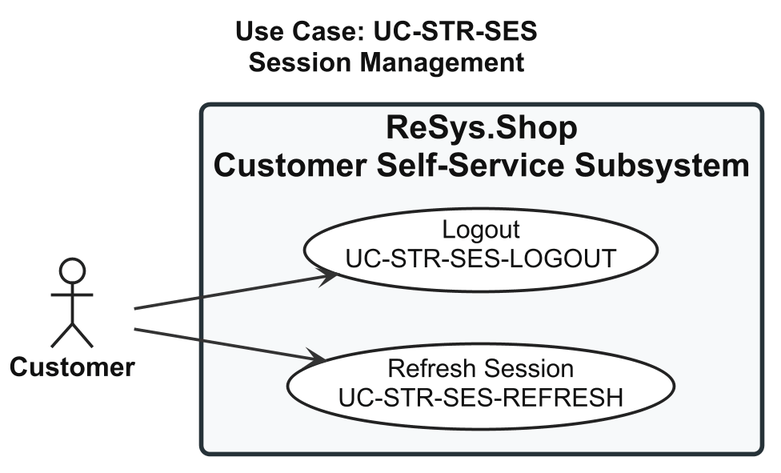
Before: thesis/figures/chapters/part2/ch2-design/02-use-cases/diagrams/P2S2.2.2_usecase-session-management.png, a diagram exported from PlantUML (qingfa-dev/ReSys.Shop).
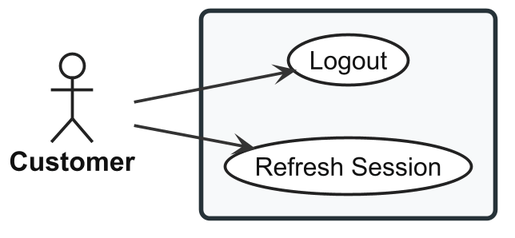
Later version of the same file.

Diff of the diagram source:
```diff
@@ -56,15 +56,14 @@
 
 </style>
 
-title Use Case: UC-STR-SES\nSession Management
 
 actor "Customer" as Customer
 
-rectangle "ReSys.Shop\nCustomer Self-Service Subsystem" {
+rectangle {
 
-  usecase "Refresh Session\nUC-STR-SES-REFRESH" as UC_REFRESH
+  usecase "Refresh Session" as UC_REFRESH
 
-  usecase "Logout\nUC-STR-SES-LOGOUT" as UC_LOGOUT
+  usecase "Logout" as UC_LOGOUT
 
 }
 
```
